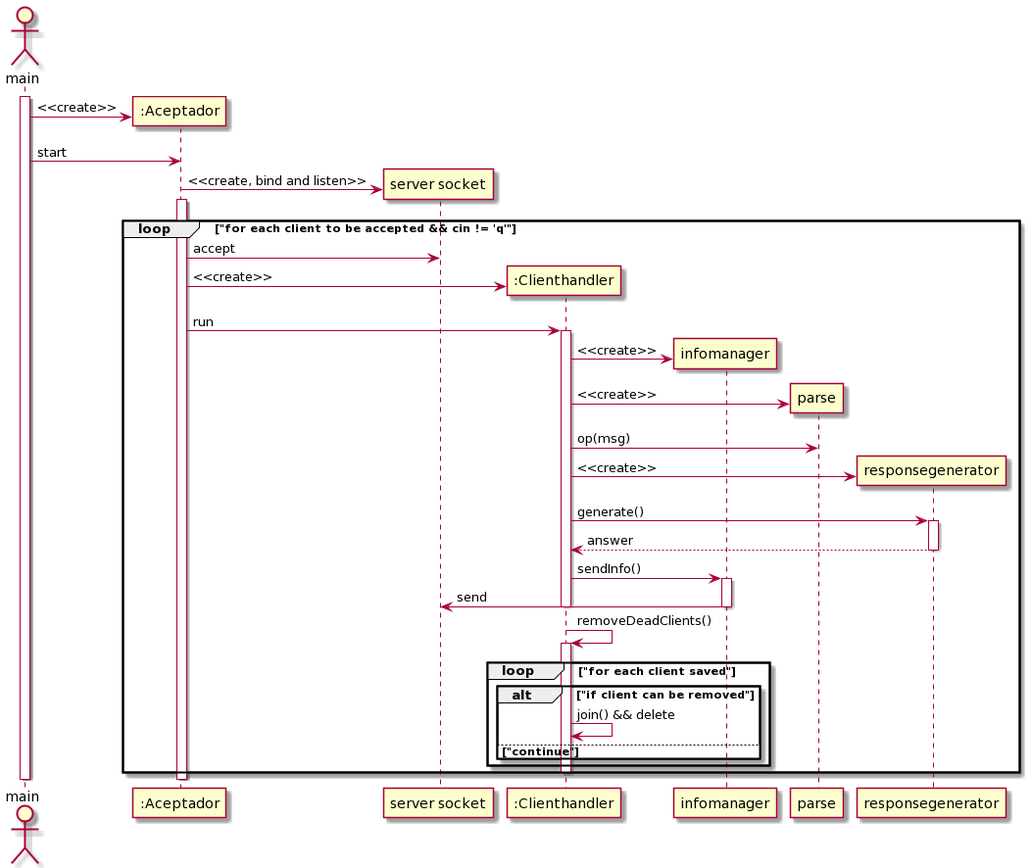
Earlier version of the PlantUML export img/seqdiagserver.png (Jonathan-R0/TP3-9508).
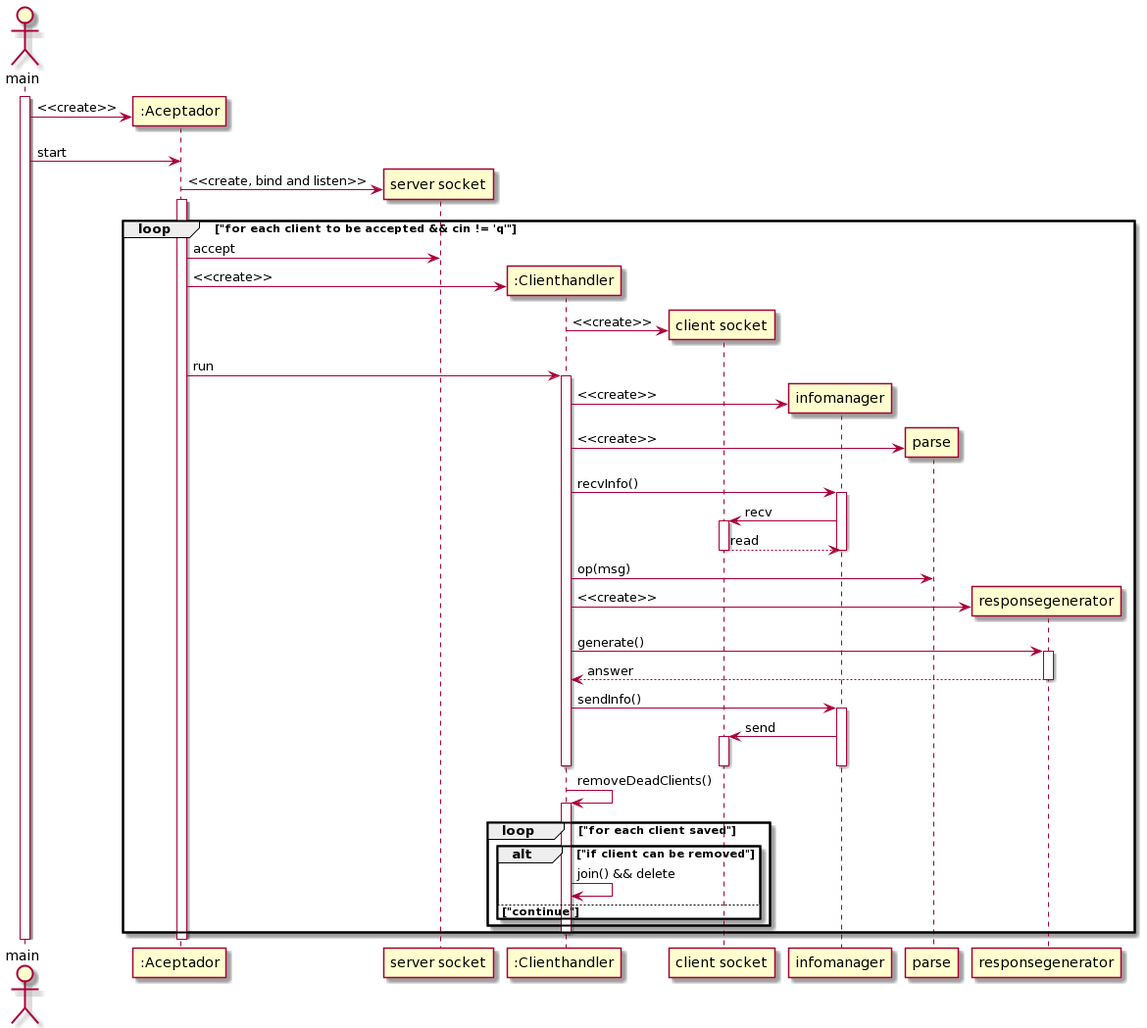
The same file after the commit.

The edit, as a diff of the source:
```diff
@@ -11,11 +11,20 @@
 
   ":Aceptador" -> "server socket": accept
   ":Aceptador" -> ":Clienthandler"**: <<create>>
+  ":Clienthandler" -> "client socket"**: <<create>>
   ":Aceptador" -> ":Clienthandler": run
   activate ":Clienthandler"
 
   ":Clienthandler" -> infomanager**: <<create>>
   ":Clienthandler" -> parse**: <<create>>
+
+  ":Clienthandler" -> infomanager: recvInfo()
+  activate infomanager
+  infomanager -> "client socket": recv
+  activate "client socket"
+  return read
+  deactivate infomanager
+
   ":Clienthandler" -> parse: op(msg)
   ":Clienthandler" -> responsegenerator**: <<create>>
   ":Clienthandler" -> responsegenerator: generate()
@@ -25,7 +34,9 @@
   ":Clienthandler" -> infomanager: sendInfo()
   activate infomanager
 
-  infomanager -> "server socket": send
+  infomanager -> "client socket": send
+  activate  "client socket"
+  deactivate  "client socket"
 
   deactivate infomanager
   deactivate parse
```
